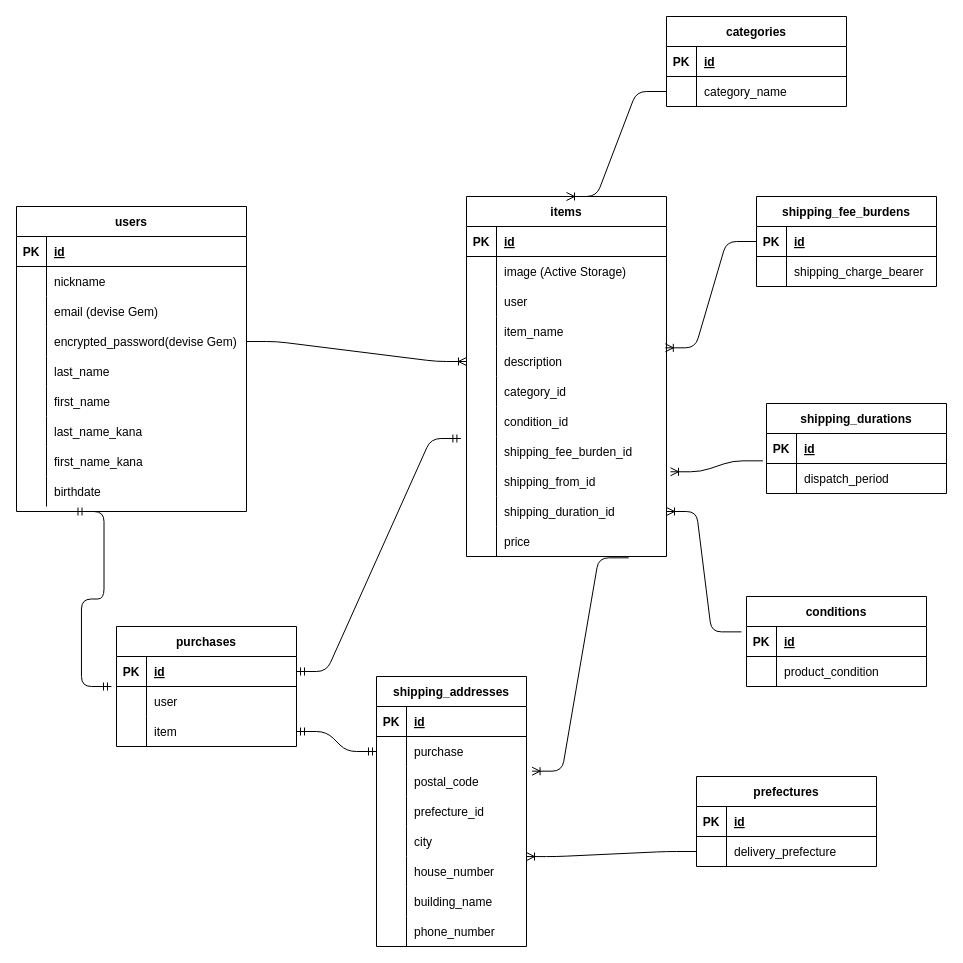
Earlier version of the draw.io diagram er.dio (sidrug21/furima-38607). Source tidied: cells renumbered, new cells numbered last; positions are measured from the earlier drawing's top-left corner, leaving out a move shared by most shapes. Both pictures are drawn from the tidied source at 100%, with x=0, y=0 at pixel (16, 16).
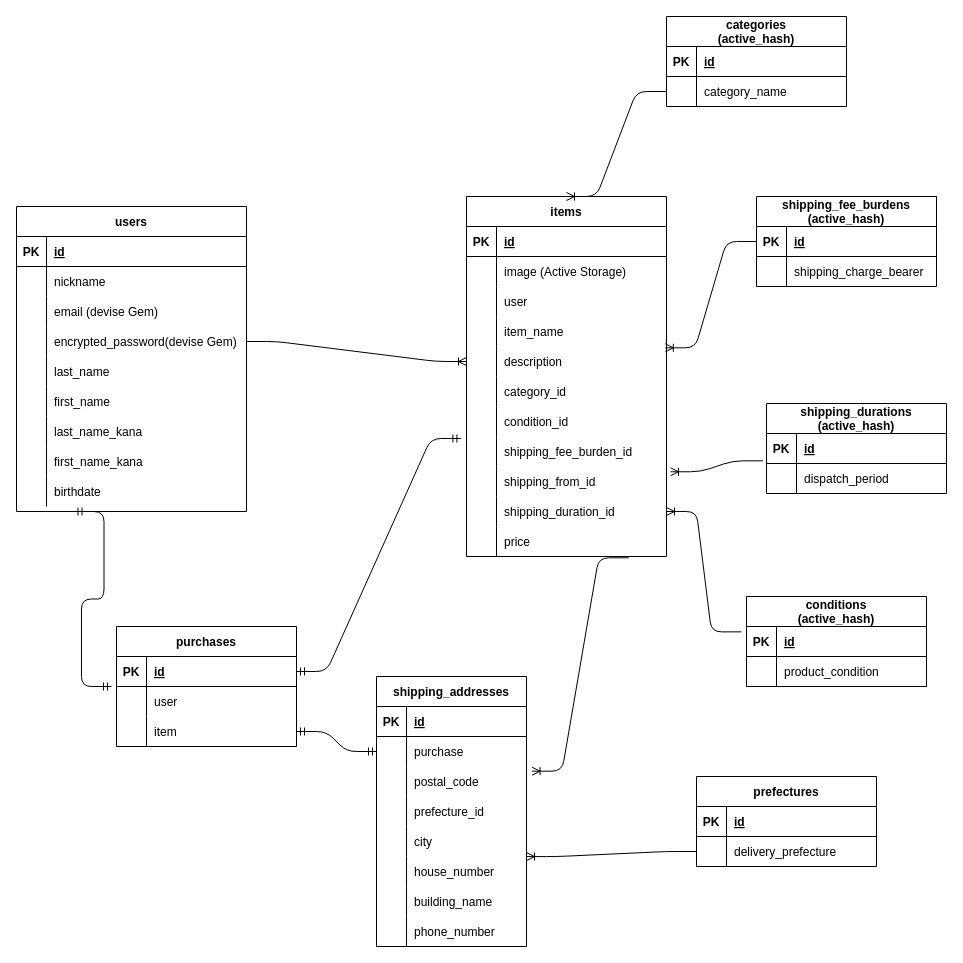
The same diagram, later.

Commit message (it also covers changes not shown here):
データベース設計の修正_5

The edit, as a diff of the source:
```diff
@@
-    <mxCell id="101" value="categories" style="shape=table;startSize=30;childLayout=tableLayout;rowLines=0;fontStyle=1;align=center;fontColor=default;" parent="1" vertex="1">
+    <mxCell id="101" value="categories&#10;(active_hash)" style="shape=table;startSize=30;childLayout=tableLayout;rowLines=0;fontStyle=1;align=center;fontColor=default;" parent="1" vertex="1">
       <mxGeometry x="650" width="180" height="90" as="geometry" />
     </mxCell>
@@
-    <mxCell id="108" value="shipping_durations" style="shape=table;startSize=30;childLayout=tableLayout;rowLines=0;fontStyle=1;align=center;fontColor=default;" parent="1" vertex="1">
+    <mxCell id="108" value="shipping_durations&#10;(active_hash)" style="shape=table;startSize=30;childLayout=tableLayout;rowLines=0;fontStyle=1;align=center;fontColor=default;" parent="1" vertex="1">
       <mxGeometry x="750" y="387" width="180" height="90" as="geometry" />
     </mxCell>
@@
-    <mxCell id="115" value="shipping_fee_burdens" style="shape=table;startSize=30;childLayout=tableLayout;rowLines=0;fontStyle=1;align=center;fontColor=default;" parent="1" vertex="1">
+    <mxCell id="115" value="shipping_fee_burdens&#10;(active_hash)" style="shape=table;startSize=30;childLayout=tableLayout;rowLines=0;fontStyle=1;align=center;fontColor=default;" parent="1" vertex="1">
       <mxGeometry x="740" y="180" width="180" height="90" as="geometry" />
     </mxCell>
@@
-    <mxCell id="122" value="conditions" style="shape=table;startSize=30;childLayout=tableLayout;rowLines=0;fontStyle=1;align=center;fontColor=default;" parent="1" vertex="1">
+    <mxCell id="122" value="conditions&#10;(active_hash)" style="shape=table;startSize=30;childLayout=tableLayout;rowLines=0;fontStyle=1;align=center;fontColor=default;" parent="1" vertex="1">
       <mxGeometry x="730" y="580" width="180" height="90" as="geometry" />
     </mxCell>
```
